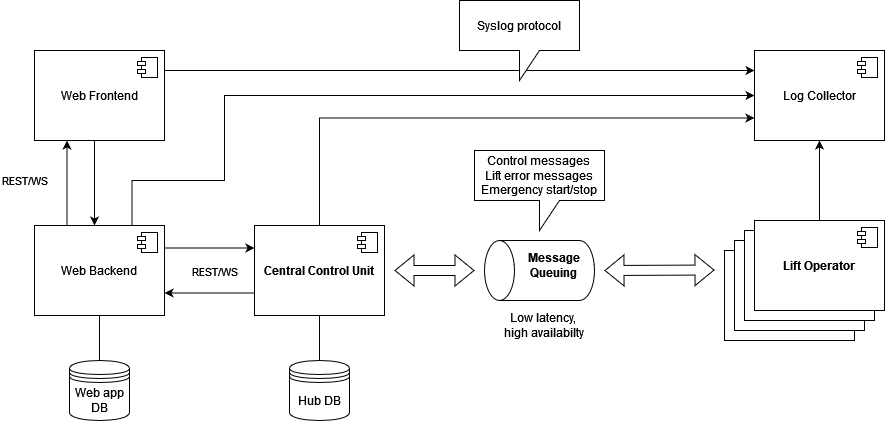
AUT-Hard-Ski-Paradise/.github keeps this draw.io diagram as doc/diagrams/png/ski_paradise_components.png. Above is the earlier version. Source tidied: cells renumbered, new cells last; positions are measured from the earlier drawing's top-left corner, leaving out a move shared by most shapes.
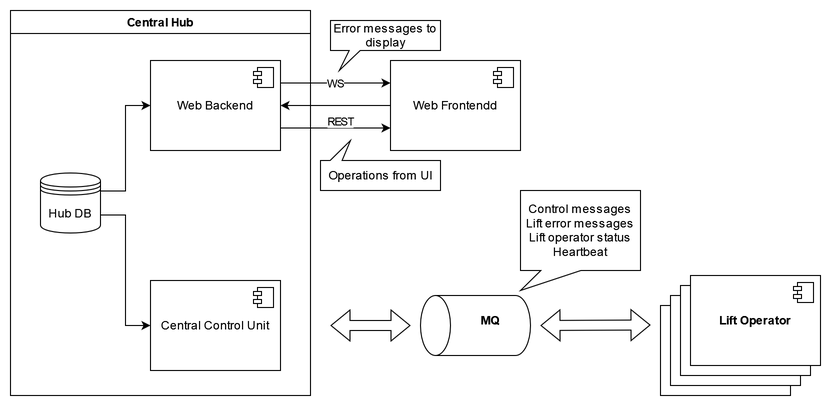
Above is the later version.

Commit message:
update component diagram

The edit, as a diff of the source:
```diff
@@ -26,9 +26,6 @@
         <mxPoint x="-27" y="7" as="offset" />
       </mxGeometry>
     </mxCell>
-    <mxCell id="8" style="edgeStyle=orthogonalEdgeStyle;rounded=0;jettySize=auto;html=1;exitX=0.5;exitY=0;exitDx=0;exitDy=0;entryX=0.5;entryY=1;entryDx=0;entryDy=0;" parent="1" edge="1" source="9" target="34">
-      <mxGeometry relative="1" as="geometry" />
-    </mxCell>
     <mxCell id="9" value="&lt;b&gt;Lift Operator&lt;br&gt;&lt;/b&gt;" style="html=1;whiteSpace=wrap;" parent="1" vertex="1">
       <mxGeometry x="720" y="220" width="130" height="90" as="geometry" />
     </mxCell>
@@ -37,23 +34,6 @@
         <mxPoint x="-27" y="7" as="offset" />
       </mxGeometry>
     </mxCell>
-    <mxCell id="11" style="edgeStyle=orthogonalEdgeStyle;rounded=0;jettySize=auto;html=1;exitX=0;exitY=0.75;exitDx=0;exitDy=0;entryX=1;entryY=0.75;entryDx=0;entryDy=0;" parent="1" edge="1" source="14" target="26">
-      <mxGeometry relative="1" as="geometry" />
-    </mxCell>
-    <mxCell id="12" style="edgeStyle=orthogonalEdgeStyle;rounded=0;jettySize=auto;html=1;exitX=0.5;exitY=1;exitDx=0;exitDy=0;entryX=0.5;entryY=0;entryDx=0;entryDy=0;endArrow=none;endFill=0;" parent="1" edge="1" source="14" target="33">
-      <mxGeometry relative="1" as="geometry" />
-    </mxCell>
-    <mxCell id="13" style="edgeStyle=orthogonalEdgeStyle;rounded=0;jettySize=auto;html=1;exitX=0.5;exitY=0;exitDx=0;exitDy=0;entryX=0;entryY=0.75;entryDx=0;entryDy=0;" parent="1" edge="1" source="14" target="34">
-      <mxGeometry relative="1" as="geometry" />
-    </mxCell>
-    <mxCell id="14" value="&lt;div&gt;&lt;b&gt;Central Control Unit&lt;br&gt;&lt;/b&gt;&lt;/div&gt;" style="html=1;whiteSpace=wrap;" parent="1" vertex="1">
-      <mxGeometry x="220" y="225" width="130" height="90" as="geometry" />
-    </mxCell>
-    <mxCell id="15" style="shape=module;jettyWidth=8;jettyHeight=4;" parent="14" vertex="1">
-      <mxGeometry x="1" width="20" height="20" relative="1" as="geometry">
-        <mxPoint x="-27" y="7" as="offset" />
-      </mxGeometry>
-    </mxCell>
     <mxCell id="16" style="shape=cylinder3;whiteSpace=wrap;html=1;boundedLbl=1;backgroundOutline=1;size=15;rotation=-90;" parent="1" vertex="1">
       <mxGeometry x="475" y="215" width="60" height="110" as="geometry" />
     </mxCell>
@@ -69,82 +49,65 @@
         <mxPoint x="440" y="270" as="targetPoint" />
       </mxGeometry>
     </mxCell>
-    <mxCell id="19" value="&lt;b&gt;Message Queuing&lt;br&gt;&lt;/b&gt;" style="text;html=1;strokeColor=none;fillColor=none;align=center;verticalAlign=middle;whiteSpace=wrap;rounded=0;" parent="1" vertex="1">
+    <mxCell id="19" value="&lt;b&gt;MQ&lt;/b&gt;" style="text;html=1;strokeColor=none;fillColor=none;align=center;verticalAlign=middle;whiteSpace=wrap;rounded=0;" parent="1" vertex="1">
       <mxGeometry x="485" y="250" width="70" height="30" as="geometry" />
     </mxCell>
-    <mxCell id="20" value="&lt;div&gt;Low latency,&amp;nbsp;&lt;/div&gt;&lt;div&gt;high availabilty&lt;/div&gt;" style="text;html=1;strokeColor=none;fillColor=none;align=center;verticalAlign=middle;whiteSpace=wrap;rounded=0;" parent="1" vertex="1">
-      <mxGeometry x="460" y="310" width="100" height="30" as="geometry" />
-    </mxCell>
-    <mxCell id="21" value="&lt;div&gt;Control messages&lt;/div&gt;&lt;div&gt;Lift error messages&lt;/div&gt;&lt;div&gt;Emergency start/stop&lt;br&gt;&lt;/div&gt;" style="shape=callout;whiteSpace=wrap;html=1;perimeter=calloutPerimeter;" parent="1" vertex="1">
-      <mxGeometry x="440" y="150" width="130" height="80" as="geometry" />
+    <mxCell id="21" value="&lt;div&gt;Control messages&lt;/div&gt;&lt;div&gt;Lift error messages&lt;/div&gt;&lt;div&gt;Lift operator status&lt;br&gt;&lt;/div&gt;&lt;div&gt;Heartbeat&lt;br&gt;&lt;/div&gt;" style="shape=callout;whiteSpace=wrap;html=1;perimeter=calloutPerimeter;position2=0;base=40;size=20;position=0.17;" parent="1" vertex="1">
+      <mxGeometry x="550" y="135" width="120" height="100" as="geometry" />
     </mxCell>
-    <mxCell id="22" value="REST/WS" style="edgeStyle=orthogonalEdgeStyle;rounded=0;jettySize=auto;html=1;exitX=1;exitY=0.25;exitDx=0;exitDy=0;entryX=0;entryY=0.25;entryDx=0;entryDy=0;" parent="1" edge="1" source="26" target="14">
-      <mxGeometry x="0.11" y="-22" relative="1" as="geometry">
-        <mxPoint y="1" as="offset" />
-      </mxGeometry>
-    </mxCell>
-    <mxCell id="23" style="edgeStyle=orthogonalEdgeStyle;rounded=0;jettySize=auto;html=1;exitX=0.25;exitY=0;exitDx=0;exitDy=0;entryX=0.25;entryY=1;entryDx=0;entryDy=0;" parent="1" edge="1" source="26" target="30">
-      <mxGeometry relative="1" as="geometry" />
-    </mxCell>
-    <mxCell id="24" style="edgeStyle=orthogonalEdgeStyle;rounded=0;jettySize=auto;html=1;exitX=0.5;exitY=1;exitDx=0;exitDy=0;entryX=0.5;entryY=0;entryDx=0;entryDy=0;endArrow=none;endFill=0;" parent="1" edge="1" source="26" target="32">
-      <mxGeometry relative="1" as="geometry" />
-    </mxCell>
-    <mxCell id="25" style="edgeStyle=orthogonalEdgeStyle;rounded=0;jettySize=auto;html=1;exitX=0.75;exitY=0;exitDx=0;exitDy=0;entryX=0;entryY=0.5;entryDx=0;entryDy=0;" parent="1" edge="1" source="26" target="34">
-      <mxGeometry relative="1" as="geometry">
-        <Array as="points">
-          <mxPoint x="98" y="180" />
-          <mxPoint x="190" y="180" />
-          <mxPoint x="190" y="95" />
-        </Array>
-      </mxGeometry>
-    </mxCell>
-    <mxCell id="26" value="Web Backend" style="html=1;whiteSpace=wrap;" parent="1" vertex="1">
-      <mxGeometry y="225" width="130" height="90" as="geometry" />
-    </mxCell>
-    <mxCell id="27" style="shape=module;jettyWidth=8;jettyHeight=4;" parent="26" vertex="1">
-      <mxGeometry x="1" width="20" height="20" relative="1" as="geometry">
-        <mxPoint x="-27" y="7" as="offset" />
-      </mxGeometry>
-    </mxCell>
-    <mxCell id="28" value="REST/WS" style="edgeStyle=orthogonalEdgeStyle;rounded=0;jettySize=auto;html=1;exitX=0.5;exitY=1;exitDx=0;exitDy=0;" parent="1" edge="1" source="30">
-      <mxGeometry y="-70" relative="1" as="geometry">
-        <mxPoint x="60" y="225" as="targetPoint" />
-        <Array as="points">
-          <mxPoint x="60" y="140" />
-          <mxPoint x="60" y="225" />
-        </Array>
-      </mxGeometry>
-    </mxCell>
-    <mxCell id="29" style="edgeStyle=orthogonalEdgeStyle;rounded=0;orthogonalLoop=1;jettySize=auto;html=1;exitX=1;exitY=0.5;exitDx=0;exitDy=0;entryX=0;entryY=0.5;entryDx=0;entryDy=0;" parent="1" edge="1">
-      <mxGeometry relative="1" as="geometry">
-        <mxPoint x="130" y="70" as="sourcePoint" />
-        <mxPoint x="720" y="70" as="targetPoint" />
-      </mxGeometry>
-    </mxCell>
+    <mxCell id="37" style="edgeStyle=orthogonalEdgeStyle;rounded=0;jettySize=auto;html=1;exitX=0;exitY=0.5;exitDx=0;exitDy=0;" parent="1" edge="1" source="30" target="26">
+      <mxGeometry relative="1" as="geometry" />
+    </mxCell>
-    <mxCell id="30" value="Web Frontend" style="html=1;whiteSpace=wrap;" parent="1" vertex="1">
-      <mxGeometry y="50" width="130" height="90" as="geometry" />
+    <mxCell id="30" value="Web Frontendd" style="html=1;whiteSpace=wrap;" parent="1" vertex="1">
+      <mxGeometry x="420" y="5" width="130" height="90" as="geometry" />
     </mxCell>
     <mxCell id="31" style="shape=module;jettyWidth=8;jettyHeight=4;" parent="30" vertex="1">
       <mxGeometry x="1" width="20" height="20" relative="1" as="geometry">
         <mxPoint x="-27" y="7" as="offset" />
       </mxGeometry>
     </mxCell>
-    <mxCell id="32" value="Web app DB" style="shape=datastore;whiteSpace=wrap;html=1;" parent="1" vertex="1">
-      <mxGeometry x="35" y="360" width="60" height="60" as="geometry" />
-    </mxCell>
+    <mxCell id="38" value="Central Hub" style="swimlane;whiteSpace=wrap;html=1;" parent="1" vertex="1">
+      <mxGeometry x="40" y="-45" width="300" height="385" as="geometry" />
+    </mxCell>
+    <mxCell id="26" value="Web Backend" style="html=1;whiteSpace=wrap;" parent="38" vertex="1">
+      <mxGeometry x="140" y="50" width="130" height="90" as="geometry" />
+    </mxCell>
+    <mxCell id="39" style="shape=module;jettyWidth=8;jettyHeight=4;" parent="26" vertex="1">
+      <mxGeometry x="1" width="20" height="20" relative="1" as="geometry">
+        <mxPoint x="-27" y="7" as="offset" />
+      </mxGeometry>
+    </mxCell>
-    <mxCell id="33" value="Hub DB" style="shape=datastore;whiteSpace=wrap;html=1;" parent="1" vertex="1">
-      <mxGeometry x="255" y="360" width="60" height="60" as="geometry" />
+    <mxCell id="33" value="Hub DB" style="shape=datastore;whiteSpace=wrap;html=1;" parent="38" vertex="1">
+      <mxGeometry x="30" y="162.5" width="60" height="60" as="geometry" />
     </mxCell>
-    <mxCell id="34" value="Log Collector" style="html=1;whiteSpace=wrap;" parent="1" vertex="1">
-      <mxGeometry x="720" y="50" width="130" height="90" as="geometry" />
-    </mxCell>
-    <mxCell id="35" style="shape=module;jettyWidth=8;jettyHeight=4;" parent="34" vertex="1">
-      <mxGeometry x="1" width="20" height="20" relative="1" as="geometry">
-        <mxPoint x="-27" y="7" as="offset" />
-      </mxGeometry>
-    </mxCell>
-    <mxCell id="36" value="Syslog protocol" style="shape=callout;whiteSpace=wrap;html=1;perimeter=calloutPerimeter;" parent="1" vertex="1">
-      <mxGeometry x="425" width="120" height="80" as="geometry" />
-    </mxCell>
+    <mxCell id="40" style="edgeStyle=orthogonalEdgeStyle;rounded=0;jettySize=auto;html=1;exitX=1;exitY=0.3;exitDx=0;exitDy=0;entryX=0;entryY=0.5;entryDx=0;entryDy=0;" parent="38" edge="1" source="33" target="26">
+      <mxGeometry relative="1" as="geometry" />
+    </mxCell>
+    <mxCell id="14" value="Central Control Unit" style="html=1;whiteSpace=wrap;" parent="38" vertex="1">
+      <mxGeometry x="140" y="270" width="130" height="90" as="geometry" />
+    </mxCell>
+    <mxCell id="15" style="shape=module;jettyWidth=8;jettyHeight=4;" parent="14" vertex="1">
+      <mxGeometry x="1" width="20" height="20" relative="1" as="geometry">
+        <mxPoint x="-27" y="7" as="offset" />
+      </mxGeometry>
+    </mxCell>
+    <mxCell id="41" style="edgeStyle=orthogonalEdgeStyle;rounded=0;jettySize=auto;html=1;exitX=1;exitY=0.7;exitDx=0;exitDy=0;entryX=0;entryY=0.5;entryDx=0;entryDy=0;" parent="38" edge="1" source="33" target="14">
+      <mxGeometry relative="1" as="geometry" />
+    </mxCell>
+    <mxCell id="42" value="WS" style="endArrow=classic;html=1;rounded=0;entryX=0;entryY=0.25;entryDx=0;entryDy=0;exitX=1;exitY=0.25;exitDx=0;exitDy=0;" parent="1" edge="1" source="26" target="30">
+      <mxGeometry relative="1" as="geometry" />
+    </mxCell>
+    <mxCell id="43" value="REST" style="edgeStyle=orthogonalEdgeStyle;rounded=0;jettySize=auto;html=1;exitX=1;exitY=0.75;exitDx=0;exitDy=0;entryX=0;entryY=0.75;entryDx=0;entryDy=0;" parent="1" edge="1" source="26" target="30">
+      <mxGeometry x="0.09" y="7" relative="1" as="geometry" />
+    </mxCell>
+    <mxCell id="44" value="Error messages to display" style="shape=callout;whiteSpace=wrap;html=1;perimeter=calloutPerimeter;position2=0.08;base=11;size=20;position=0.17;" parent="1" vertex="1">
+      <mxGeometry x="360" y="-35" width="110" height="50" as="geometry" />
+    </mxCell>
+    <mxCell id="45" style="shape=callout;whiteSpace=wrap;html=1;perimeter=calloutPerimeter;position2=0.75;base=12;size=20;position=0.82;rotation=-180;" parent="1" vertex="1">
+      <mxGeometry x="350" y="85" width="120" height="50" as="geometry" />
+    </mxCell>
+    <mxCell id="46" value="Operations from UI" style="text;html=1;align=center;verticalAlign=middle;strokeColor=none;fillColor=none;" parent="1" vertex="1">
+      <mxGeometry x="350" y="105" width="120" height="30" as="geometry" />
+    </mxCell>
   </root>
 </mxGraphModel>
```
